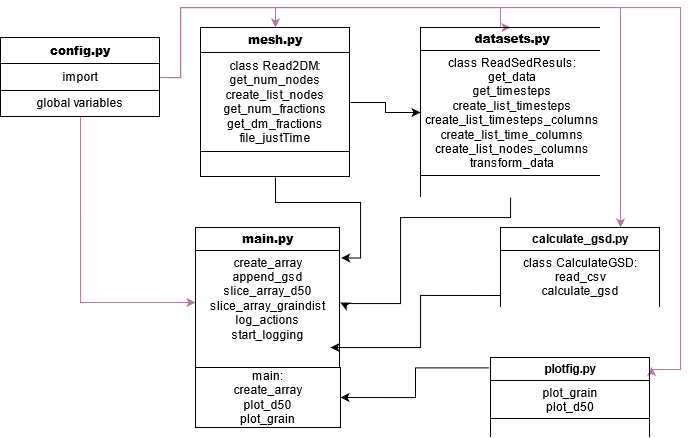
The draw.io diagram Python.png in MaximilianKunz/HFT_PP, before a commit. Source tidied: cells renumbered, new cells last; positions are measured from the earlier drawing's top-left corner, leaving out a move shared by most shapes.
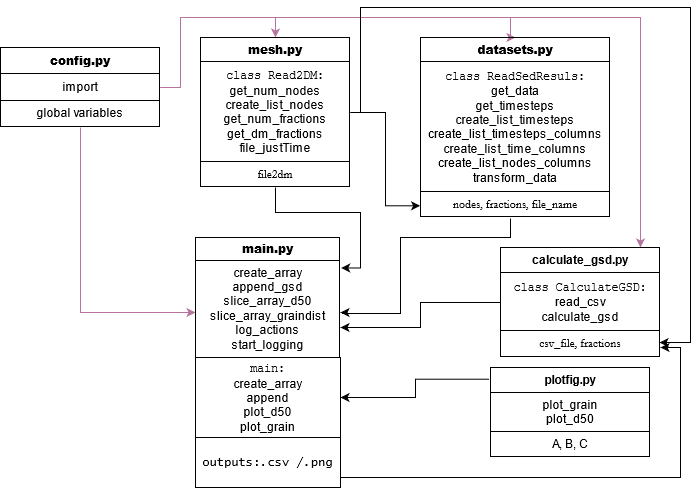
Later version of the same file.

Commit message:
code diagram

Change to the diagram source:
```diff
@@ -10,7 +10,7 @@
         <Array as="points">
           <mxPoint x="180" y="70" />
           <mxPoint x="180" />
-          <mxPoint x="500" />
+          <mxPoint x="510" />
         </Array>
       </mxGeometry>
     </mxCell>
@@ -22,66 +22,61 @@
         <Array as="points">
           <mxPoint x="180" y="70" />
           <mxPoint x="180" />
-          <mxPoint x="620" />
+          <mxPoint x="640" />
         </Array>
       </mxGeometry>
     </mxCell>
-    <mxCell id="6" style="edgeStyle=orthogonalEdgeStyle;rounded=0;jettySize=auto;html=1;exitX=1;exitY=0.5;exitDx=0;exitDy=0;strokeColor=#B5739D;entryX=1.006;entryY=0.12;entryDx=0;entryDy=0;entryPerimeter=0;" parent="1" edge="1" source="7" target="17">
-      <mxGeometry relative="1" as="geometry">
-        <Array as="points">
-          <mxPoint x="180" y="70" />
-          <mxPoint x="180" />
-          <mxPoint x="680" />
-          <mxPoint x="680" y="362" />
-        </Array>
-      </mxGeometry>
-    </mxCell>
     <mxCell id="7" value="&lt;table style=&quot;width: 100% ; height: 100% ; border-collapse: collapse&quot; width=&quot;100%&quot; cellpadding=&quot;4&quot; border=&quot;1&quot;&gt;&lt;tbody&gt;&lt;tr&gt;&lt;th align=&quot;center&quot;&gt;&lt;b&gt;config.py&lt;/b&gt;&lt;/th&gt;&lt;/tr&gt;&lt;tr&gt;&lt;td align=&quot;center&quot;&gt;import&lt;br&gt;&lt;/td&gt;&lt;/tr&gt;&lt;tr&gt;&lt;td align=&quot;center&quot;&gt;global variables&lt;br&gt;&lt;/td&gt;&lt;/tr&gt;&lt;/tbody&gt;&lt;/table&gt;" style="text;html=1;strokeColor=none;fillColor=none;overflow=fill;" parent="1" vertex="1">
       <mxGeometry y="30" width="160" height="80" as="geometry" />
     </mxCell>
-    <mxCell id="8" style="edgeStyle=orthogonalEdgeStyle;rounded=0;jettySize=auto;html=1;entryX=0;entryY=0.5;entryDx=0;entryDy=0;strokeColor=#000000;" parent="1" edge="1" source="10" target="13">
-      <mxGeometry relative="1" as="geometry" />
+    <mxCell id="8" style="edgeStyle=orthogonalEdgeStyle;rounded=0;jettySize=auto;html=1;entryX=-0.002;entryY=0.935;entryDx=0;entryDy=0;strokeColor=#000000;entryPerimeter=0;" parent="1" edge="1" target="13">
+      <mxGeometry relative="1" as="geometry">
+        <mxPoint x="350" y="95" as="sourcePoint" />
+      </mxGeometry>
     </mxCell>
     <mxCell id="9" style="edgeStyle=orthogonalEdgeStyle;rounded=0;jettySize=auto;html=1;exitX=0.5;exitY=1;exitDx=0;exitDy=0;entryX=1.005;entryY=0.203;entryDx=0;entryDy=0;strokeColor=#000000;entryPerimeter=0;" parent="1" edge="1" source="10" target="11">
       <mxGeometry relative="1" as="geometry" />
     </mxCell>
-    <mxCell id="10" value="&lt;table style=&quot;width: 100% ; height: 100% ; border-collapse: collapse&quot; width=&quot;100%&quot; cellpadding=&quot;4&quot; border=&quot;1&quot;&gt;&lt;tbody&gt;&lt;tr&gt;&lt;th align=&quot;center&quot;&gt;&lt;b&gt;mesh.py&lt;/b&gt;&lt;/th&gt;&lt;/tr&gt;&lt;tr&gt;&lt;td align=&quot;center&quot;&gt;class Read2DM:&lt;br&gt;get_num_nodes&lt;br&gt;create_list_nodes&lt;br&gt;get_num_fractions&lt;br&gt;get_dm_fractions&lt;br&gt;file_justTime&lt;br&gt;&lt;/td&gt;&lt;/tr&gt;&lt;tr&gt;&lt;td align=&quot;center&quot;&gt;&lt;br&gt;&lt;/td&gt;&lt;/tr&gt;&lt;/tbody&gt;&lt;/table&gt;" style="text;html=1;strokeColor=none;fillColor=none;overflow=fill;" parent="1" vertex="1">
+    <mxCell id="10" value="&lt;table style=&quot;width: 100% ; height: 100% ; border-collapse: collapse&quot; width=&quot;100%&quot; cellpadding=&quot;4&quot; border=&quot;1&quot;&gt;&lt;tbody&gt;&lt;tr&gt;&lt;th align=&quot;center&quot;&gt;&lt;b&gt;mesh.py&lt;/b&gt;&lt;/th&gt;&lt;/tr&gt;&lt;tr&gt;&lt;td align=&quot;center&quot;&gt;&lt;font face=&quot;Courier New&quot;&gt;class Read2DM:&lt;/font&gt;&lt;br&gt;get_num_nodes&lt;br&gt;create_list_nodes&lt;br&gt;get_num_fractions&lt;br&gt;get_dm_fractions&lt;br&gt;file_justTime&lt;br&gt;&lt;/td&gt;&lt;/tr&gt;&lt;tr&gt;&lt;td align=&quot;center&quot;&gt;&lt;font face=&quot;Garamond&quot;&gt;file2dm&lt;/font&gt;&lt;br&gt;&lt;/td&gt;&lt;/tr&gt;&lt;/tbody&gt;&lt;/table&gt;" style="text;html=1;strokeColor=none;fillColor=none;overflow=fill;" parent="1" vertex="1">
       <mxGeometry x="200" y="20" width="150" height="150" as="geometry" />
     </mxCell>
-    <mxCell id="11" value="&lt;table style=&quot;width: 100% ; height: 100% ; border-collapse: collapse&quot; width=&quot;100%&quot; cellpadding=&quot;4&quot; border=&quot;1&quot;&gt;&lt;tbody&gt;&lt;tr&gt;&lt;th align=&quot;center&quot;&gt;&lt;b&gt;main.py&lt;/b&gt;&lt;/th&gt;&lt;/tr&gt;&lt;tr&gt;&lt;td align=&quot;center&quot;&gt;create_array&lt;br&gt;append_gsd&lt;br&gt;slice_array_d50&lt;br&gt;slice_array_graindist&lt;br&gt;log_actions&lt;br&gt;start_logging&lt;br&gt;&lt;br&gt;&lt;br&gt;&lt;br&gt;&lt;/td&gt;&lt;/tr&gt;&lt;tr&gt;&lt;td align=&quot;center&quot;&gt;append&lt;br&gt;&lt;/td&gt;&lt;/tr&gt;&lt;/tbody&gt;&lt;/table&gt;" style="text;html=1;strokeColor=none;fillColor=none;overflow=fill;" parent="1" vertex="1">
+    <mxCell id="11" value="&lt;table style=&quot;width: 100% ; height: 100% ; border-collapse: collapse&quot; width=&quot;100%&quot; cellpadding=&quot;4&quot; border=&quot;1&quot;&gt;&lt;tbody&gt;&lt;tr&gt;&lt;th align=&quot;center&quot;&gt;&lt;b&gt;main.py&lt;/b&gt;&lt;/th&gt;&lt;/tr&gt;&lt;tr&gt;&lt;td align=&quot;center&quot;&gt;create_array&lt;br&gt;append_gsd&lt;br&gt;slice_array_d50&lt;br&gt;slice_array_graindist&lt;br&gt;log_actions&lt;br&gt;start_logging&lt;br&gt;&lt;br&gt;&lt;br&gt;&lt;/td&gt;&lt;/tr&gt;&lt;tr&gt;&lt;td align=&quot;center&quot;&gt;append&lt;br&gt;&lt;/td&gt;&lt;/tr&gt;&lt;/tbody&gt;&lt;/table&gt;" style="text;html=1;strokeColor=none;fillColor=none;overflow=fill;" parent="1" vertex="1">
       <mxGeometry x="195" y="220" width="145" height="150" as="geometry" />
     </mxCell>
-    <mxCell id="12" style="edgeStyle=orthogonalEdgeStyle;rounded=0;jettySize=auto;html=1;entryX=1;entryY=0.5;entryDx=0;entryDy=0;strokeColor=#000000;" parent="1" edge="1" source="13" target="11">
+    <mxCell id="12" style="edgeStyle=orthogonalEdgeStyle;rounded=0;jettySize=auto;html=1;entryX=1;entryY=0.5;entryDx=0;entryDy=0;strokeColor=#000000;" parent="1" edge="1" target="11">
       <mxGeometry relative="1" as="geometry">
+        <mxPoint x="510" y="201" as="sourcePoint" />
         <Array as="points">
-          <mxPoint x="510" y="210" />
-          <mxPoint x="400" y="210" />
+          <mxPoint x="510" y="201" />
+          <mxPoint x="510" y="220" />
+          <mxPoint x="400" y="220" />
           <mxPoint x="400" y="296" />
           <mxPoint x="342" y="296" />
+          <mxPoint x="342" y="295" />
         </Array>
       </mxGeometry>
     </mxCell>
-    <mxCell id="13" value="&lt;table style=&quot;width: 100% ; height: 100% ; border-collapse: collapse&quot; width=&quot;100%&quot; cellpadding=&quot;4&quot; border=&quot;1&quot;&gt;&lt;tbody&gt;&lt;tr&gt;&lt;th align=&quot;center&quot;&gt;&lt;b&gt;datasets.py&lt;/b&gt;&lt;/th&gt;&lt;/tr&gt;&lt;tr&gt;&lt;td align=&quot;center&quot;&gt;class ReadSedResuls:&lt;br&gt;get_data&lt;br&gt;get_timesteps&lt;br&gt;create_list_timesteps&lt;br&gt;create_list_timesteps_columns&lt;br&gt;create_list_time_columns&lt;br&gt;create_list_nodes_columns&lt;br&gt;transform_data&lt;br&gt;&lt;/td&gt;&lt;/tr&gt;&lt;tr&gt;&lt;td align=&quot;center&quot;&gt;&lt;br&gt;&lt;/td&gt;&lt;/tr&gt;&lt;/tbody&gt;&lt;/table&gt;" style="text;html=1;strokeColor=none;fillColor=none;overflow=fill;" parent="1" vertex="1">
-      <mxGeometry x="420" y="20" width="180" height="170" as="geometry" />
+    <mxCell id="13" value="&lt;table style=&quot;width: 100% ; height: 100% ; border-collapse: collapse&quot; width=&quot;100%&quot; cellpadding=&quot;4&quot; border=&quot;1&quot;&gt;&lt;tbody&gt;&lt;tr&gt;&lt;th align=&quot;center&quot;&gt;&lt;b&gt;datasets.py&lt;/b&gt;&lt;/th&gt;&lt;/tr&gt;&lt;tr&gt;&lt;td align=&quot;center&quot;&gt;&lt;font face=&quot;Courier New&quot;&gt;class ReadSedResuls:&lt;/font&gt;&lt;br&gt;get_data&lt;br&gt;get_timesteps&lt;br&gt;create_list_timesteps&lt;br&gt;create_list_timesteps_columns&lt;br&gt;create_list_time_columns&lt;br&gt;create_list_nodes_columns&lt;br&gt;transform_data&lt;br&gt;&lt;/td&gt;&lt;/tr&gt;&lt;tr&gt;&lt;td align=&quot;center&quot;&gt;&lt;font face=&quot;Garamond&quot;&gt;nodes, fractions, file_name&lt;/font&gt;&lt;br&gt;&lt;/td&gt;&lt;/tr&gt;&lt;/tbody&gt;&lt;/table&gt;" style="text;html=1;strokeColor=none;fillColor=none;overflow=fill;" parent="1" vertex="1">
+      <mxGeometry x="420" y="20" width="190" height="180" as="geometry" />
     </mxCell>
-    <mxCell id="14" style="edgeStyle=orthogonalEdgeStyle;rounded=0;jettySize=auto;html=1;exitX=0;exitY=0.85;exitDx=0;exitDy=0;strokeColor=#000000;exitPerimeter=0;" parent="1" edge="1" source="15">
+    <mxCell id="14" style="edgeStyle=orthogonalEdgeStyle;rounded=0;jettySize=auto;html=1;exitX=0;exitY=0.5;exitDx=0;exitDy=0;strokeColor=#000000;" parent="1" edge="1" source="15">
       <mxGeometry relative="1" as="geometry">
-        <mxPoint x="330" y="340" as="targetPoint" />
+        <mxPoint x="340" y="310" as="targetPoint" />
         <Array as="points">
-          <mxPoint x="420" y="288" />
-          <mxPoint x="420" y="340" />
-          <mxPoint x="341" y="340" />
+          <mxPoint x="420" y="285" />
+          <mxPoint x="420" y="310" />
+          <mxPoint x="340" y="310" />
         </Array>
       </mxGeometry>
     </mxCell>
-    <mxCell id="15" value="&lt;table style=&quot;width: 100% ; height: 100% ; border-collapse: collapse&quot; width=&quot;100%&quot; cellpadding=&quot;4&quot; border=&quot;1&quot;&gt;&lt;tbody&gt;&lt;tr&gt;&lt;th align=&quot;center&quot;&gt;calculate_gsd.py&lt;br&gt;&lt;/th&gt;&lt;/tr&gt;&lt;tr&gt;&lt;td align=&quot;center&quot;&gt;class CalculateGSD:&lt;br&gt;read_csv&lt;br&gt;calculate_gsd&lt;br&gt;&lt;br&gt;&lt;/td&gt;&lt;/tr&gt;&lt;tr&gt;&lt;td align=&quot;center&quot;&gt;&lt;br&gt;&lt;/td&gt;&lt;/tr&gt;&lt;/tbody&gt;&lt;/table&gt;" style="text;html=1;strokeColor=none;fillColor=none;overflow=fill;" parent="1" vertex="1">
-      <mxGeometry x="500" y="220" width="160" height="80" as="geometry" />
+    <mxCell id="15" value="&lt;table style=&quot;width: 100% ; height: 100% ; border-collapse: collapse&quot; width=&quot;100%&quot; cellpadding=&quot;4&quot; border=&quot;1&quot;&gt;&lt;tbody&gt;&lt;tr&gt;&lt;th align=&quot;center&quot;&gt;calculate_gsd.py&lt;br&gt;&lt;/th&gt;&lt;/tr&gt;&lt;tr&gt;&lt;td align=&quot;center&quot;&gt;&lt;font face=&quot;Courier New&quot;&gt;class CalculateGSD:&lt;/font&gt;&lt;br&gt;read_csv&lt;br&gt;calculate_gsd&lt;br&gt;&lt;/td&gt;&lt;/tr&gt;&lt;tr&gt;&lt;td align=&quot;center&quot;&gt;&lt;font face=&quot;Garamond&quot;&gt;csv_file, fractions&lt;/font&gt;&lt;br&gt;&lt;/td&gt;&lt;/tr&gt;&lt;/tbody&gt;&lt;/table&gt;" style="text;html=1;strokeColor=none;fillColor=none;overflow=fill;" parent="1" vertex="1">
+      <mxGeometry x="500" y="230" width="160" height="110" as="geometry" />
     </mxCell>
     <mxCell id="16" style="edgeStyle=orthogonalEdgeStyle;rounded=0;jettySize=auto;html=1;exitX=-0.009;exitY=0.13;exitDx=0;exitDy=0;entryX=1;entryY=0.5;entryDx=0;entryDy=0;strokeColor=#000000;exitPerimeter=0;" parent="1" edge="1" source="17" target="20">
       <mxGeometry relative="1" as="geometry" />
     </mxCell>
-    <mxCell id="17" value="&lt;table style=&quot;width: 100% ; height: 100% ; border-collapse: collapse&quot; width=&quot;100%&quot; cellpadding=&quot;4&quot; border=&quot;1&quot;&gt;&lt;tbody&gt;&lt;tr&gt;&lt;th align=&quot;center&quot;&gt;plotfig.py&lt;br&gt;&lt;/th&gt;&lt;/tr&gt;&lt;tr&gt;&lt;td align=&quot;center&quot;&gt;plot_grain&lt;br&gt;plot_d50&lt;br&gt;&lt;/td&gt;&lt;/tr&gt;&lt;tr&gt;&lt;td align=&quot;center&quot;&gt;&lt;br&gt;&lt;/td&gt;&lt;/tr&gt;&lt;/tbody&gt;&lt;/table&gt;" style="text;html=1;strokeColor=none;fillColor=none;overflow=fill;" parent="1" vertex="1">
-      <mxGeometry x="490" y="350" width="160" height="80" as="geometry" />
+    <mxCell id="17" value="&lt;table style=&quot;width: 100% ; height: 100% ; border-collapse: collapse&quot; width=&quot;100%&quot; cellpadding=&quot;4&quot; border=&quot;1&quot;&gt;&lt;tbody&gt;&lt;tr&gt;&lt;th align=&quot;center&quot;&gt;plotfig.py&lt;br&gt;&lt;/th&gt;&lt;/tr&gt;&lt;tr&gt;&lt;td align=&quot;center&quot;&gt;plot_grain&lt;br&gt;plot_d50&lt;br&gt;&lt;/td&gt;&lt;/tr&gt;&lt;tr&gt;&lt;td align=&quot;center&quot;&gt;A, B, C&lt;br&gt;&lt;/td&gt;&lt;/tr&gt;&lt;/tbody&gt;&lt;/table&gt;" style="text;html=1;strokeColor=none;fillColor=none;overflow=fill;" parent="1" vertex="1">
+      <mxGeometry x="490" y="350" width="160" height="90" as="geometry" />
     </mxCell>
     <mxCell id="18" style="edgeStyle=orthogonalEdgeStyle;rounded=0;orthogonalLoop=1;jettySize=auto;html=1;exitX=0.5;exitY=1;exitDx=0;exitDy=0;" parent="1" edge="1" source="13" target="13">
       <mxGeometry relative="1" as="geometry" />
@@ -89,8 +84,33 @@
     <mxCell id="19" style="edgeStyle=orthogonalEdgeStyle;rounded=0;orthogonalLoop=1;jettySize=auto;html=1;exitX=0.5;exitY=1;exitDx=0;exitDy=0;" parent="1" edge="1" source="13" target="13">
       <mxGeometry relative="1" as="geometry" />
     </mxCell>
-    <mxCell id="20" value="&lt;div&gt;main:&lt;/div&gt;&lt;div&gt;create_array&lt;/div&gt;&lt;div&gt;plot_d50&lt;/div&gt;&lt;div&gt;plot_grain&lt;br&gt;&lt;/div&gt;" style="rounded=0;whiteSpace=wrap;html=1;" parent="1" vertex="1">
-      <mxGeometry x="195" y="360" width="145" height="60" as="geometry" />
+    <mxCell id="20" value="&lt;div&gt;&lt;font face=&quot;Courier New&quot;&gt;main:&lt;/font&gt;&lt;/div&gt;&lt;div&gt;create_array&lt;/div&gt;&lt;div&gt;append&lt;br&gt;&lt;/div&gt;&lt;div&gt;plot_d50&lt;/div&gt;&lt;div&gt;plot_grain&lt;br&gt;&lt;/div&gt;" style="rounded=0;whiteSpace=wrap;html=1;" parent="1" vertex="1">
+      <mxGeometry x="195" y="340" width="145" height="80" as="geometry" />
     </mxCell>
+    <mxCell id="21" value="&lt;font face=&quot;Lucida Console&quot;&gt;outputs:.csv /.png&lt;/font&gt;" style="rounded=0;whiteSpace=wrap;html=1;" parent="1" vertex="1">
+      <mxGeometry x="195" y="420" width="145" height="50" as="geometry" />
+    </mxCell>
+    <mxCell id="22" style="edgeStyle=orthogonalEdgeStyle;rounded=0;orthogonalLoop=1;jettySize=auto;html=1;strokeColor=#000000;" parent="1" edge="1">
+      <mxGeometry relative="1" as="geometry">
+        <mxPoint x="340" y="460" as="sourcePoint" />
+        <mxPoint x="660" y="330" as="targetPoint" />
+        <Array as="points">
+          <mxPoint x="340" y="460" />
+          <mxPoint x="680" y="460" />
+          <mxPoint x="680" y="330" />
+        </Array>
+      </mxGeometry>
+    </mxCell>
+    <mxCell id="23" style="edgeStyle=orthogonalEdgeStyle;rounded=0;jettySize=auto;html=1;entryX=0.994;entryY=0.864;entryDx=0;entryDy=0;strokeColor=#000000;entryPerimeter=0;" parent="1" edge="1" target="15">
+      <mxGeometry relative="1" as="geometry">
+        <mxPoint x="350" y="95" as="sourcePoint" />
+        <Array as="points">
+          <mxPoint x="360" y="95" />
+          <mxPoint x="360" y="-10" />
+          <mxPoint x="690" y="-10" />
+          <mxPoint x="690" y="325" />
+        </Array>
+      </mxGeometry>
+    </mxCell>
   </root>
 </mxGraphModel>
```
